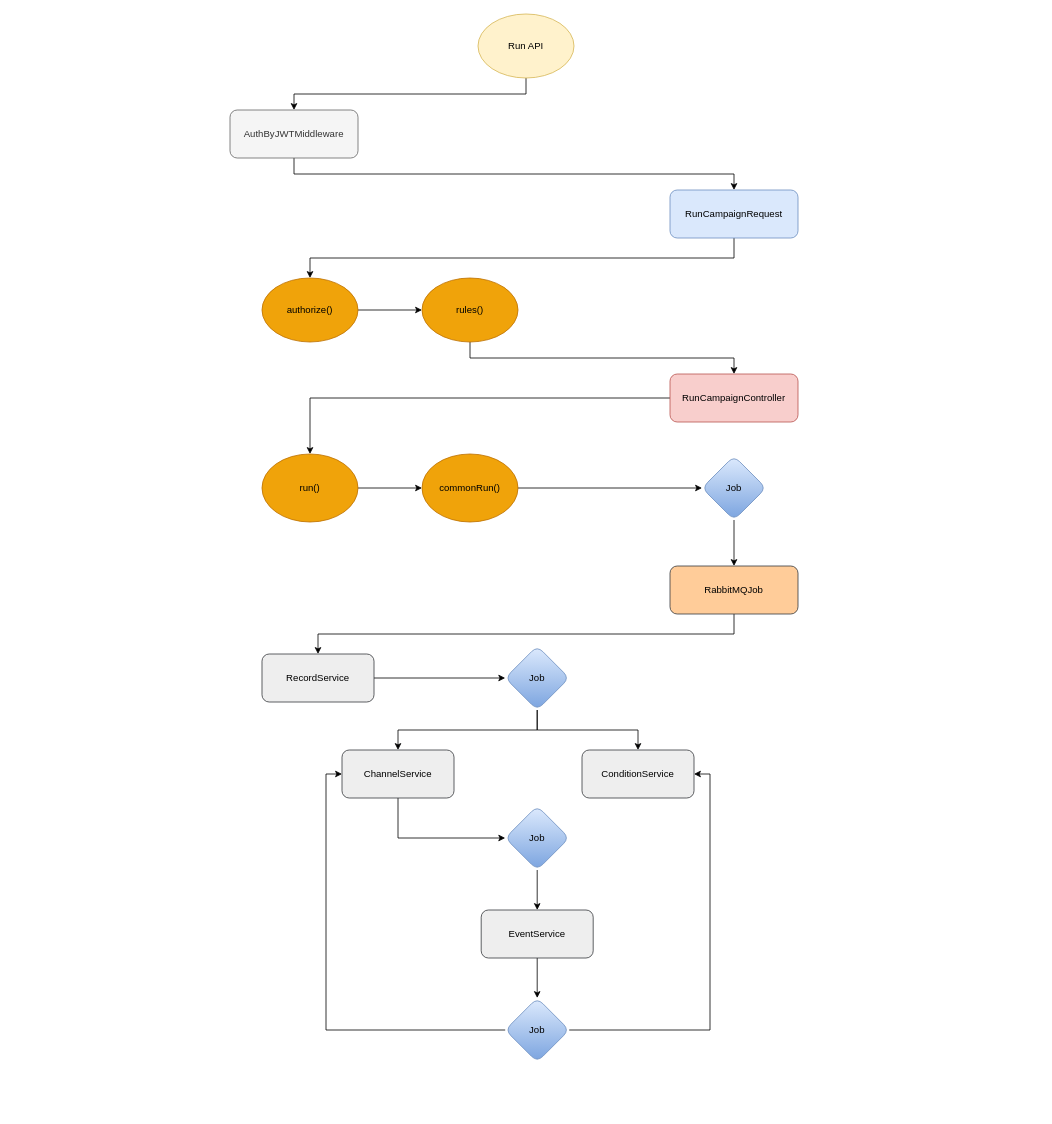
The draw.io diagram Untitled Diagram.drawio in jprasuk112/Diagrams, before the edit. Source tidied: cells renumbered, new cells numbered last; positions are measured from the earlier drawing's top-left corner, leaving out a move shared by most shapes. Both pictures are drawn from the tidied source at 80%, with x=0, y=0 at pixel (230, 14).
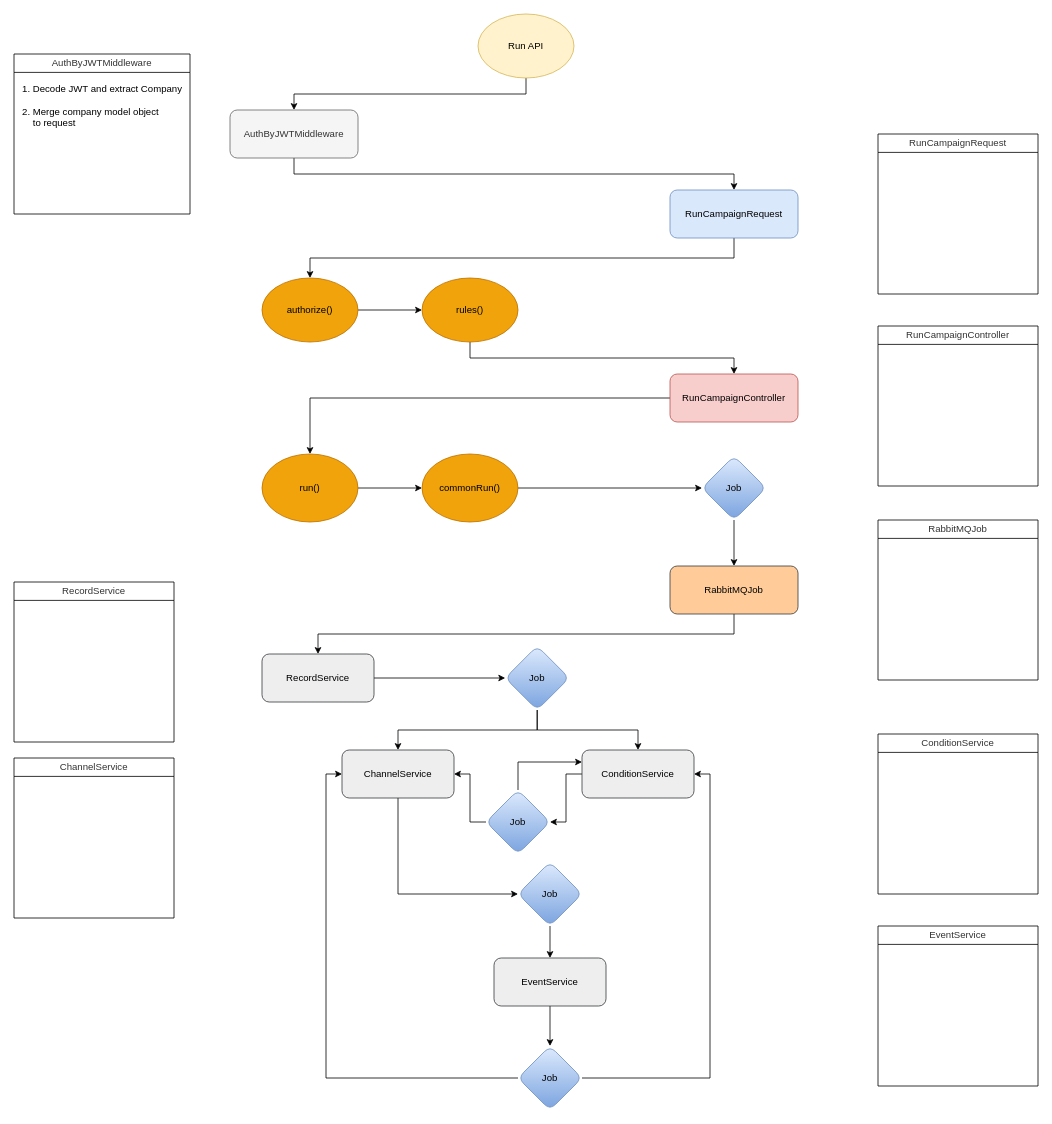
After the change.

Unchanged cells that the change refers to:
```xml
<mxCell id="28" value="ChannelService" style="rounded=1;whiteSpace=wrap;html=1;fillColor=#eeeeee;strokeColor=#36393d;" parent="1" vertex="1">
  <mxGeometry x="140" y="920" width="140" height="60" as="geometry" />
</mxCell>
<mxCell id="29" value="ConditionService" style="rounded=1;whiteSpace=wrap;html=1;fillColor=#eeeeee;strokeColor=#36393d;" parent="1" vertex="1">
  <mxGeometry x="440" y="920" width="140" height="60" as="geometry" />
</mxCell>
```

Change to the diagram source:
```diff
@@
+    <mxCell id="37" style="edgeStyle=orthogonalEdgeStyle;rounded=0;jettySize=auto;html=1;exitX=0;exitY=0.5;exitDx=0;exitDy=0;entryX=1;entryY=0.5;entryDx=0;entryDy=0;" parent="1" edge="1" source="29" target="40">
+      <mxGeometry relative="1" as="geometry" />
+    </mxCell>
@@
     <mxCell id="31" value="EventService" style="rounded=1;whiteSpace=wrap;html=1;fillColor=#eeeeee;strokeColor=#36393d;" parent="1" vertex="1">
-      <mxGeometry x="314" y="1120" width="140" height="60" as="geometry" />
+      <mxGeometry x="330" y="1180" width="140" height="60" as="geometry" />
     </mxCell>
@@
     <mxCell id="33" value="Job" style="rhombus;whiteSpace=wrap;html=1;rounded=1;fillColor=#dae8fc;strokeColor=#6c8ebf;gradientColor=#7ea6e0;" parent="1" vertex="1">
-      <mxGeometry x="344" y="990" width="80" height="80" as="geometry" />
+      <mxGeometry x="360" y="1060" width="80" height="80" as="geometry" />
     </mxCell>
@@
     <mxCell id="36" value="Job" style="rhombus;whiteSpace=wrap;html=1;rounded=1;fillColor=#dae8fc;strokeColor=#6c8ebf;gradientColor=#7ea6e0;" parent="1" vertex="1">
-      <mxGeometry x="344" y="1230" width="80" height="80" as="geometry" />
+      <mxGeometry x="360" y="1290" width="80" height="80" as="geometry" />
     </mxCell>
+    <mxCell id="38" style="edgeStyle=orthogonalEdgeStyle;rounded=0;jettySize=auto;html=1;exitX=0;exitY=0.5;exitDx=0;exitDy=0;entryX=1;entryY=0.5;entryDx=0;entryDy=0;" parent="1" edge="1" source="40" target="28">
+      <mxGeometry relative="1" as="geometry" />
+    </mxCell>
+    <mxCell id="39" style="edgeStyle=orthogonalEdgeStyle;rounded=0;jettySize=auto;html=1;exitX=0.5;exitY=0;exitDx=0;exitDy=0;entryX=0;entryY=0.25;entryDx=0;entryDy=0;" parent="1" edge="1" source="40" target="29">
+      <mxGeometry relative="1" as="geometry" />
+    </mxCell>
+    <mxCell id="40" value="Job" style="rhombus;whiteSpace=wrap;html=1;rounded=1;fillColor=#dae8fc;strokeColor=#6c8ebf;gradientColor=#7ea6e0;" parent="1" vertex="1">
+      <mxGeometry x="320" y="970" width="80" height="80" as="geometry" />
+    </mxCell>
+    <mxCell id="41" value="&lt;span style=&quot;color: rgb(51, 51, 51); font-weight: 400;&quot;&gt;AuthByJWTMiddleware&lt;/span&gt;" style="swimlane;whiteSpace=wrap;html=1;startSize=23;" parent="1" vertex="1">
+      <mxGeometry x="-270" y="50" width="220" height="200" as="geometry" />
+    </mxCell>
+    <mxCell id="42" value="1. Decode JWT and extract Company&lt;br&gt;&lt;br&gt;&lt;div style=&quot;text-align: left;&quot;&gt;&lt;span style=&quot;background-color: initial;&quot;&gt;2. Merge company model object&lt;/span&gt;&lt;/div&gt;&lt;div style=&quot;text-align: left;&quot;&gt;&lt;span style=&quot;background-color: initial;&quot;&gt;&amp;nbsp; &amp;nbsp; to request&lt;/span&gt;&lt;/div&gt;" style="text;html=1;align=center;verticalAlign=middle;strokeColor=none;fillColor=none;" parent="41" vertex="1">
+      <mxGeometry y="30" width="220" height="70" as="geometry" />
+    </mxCell>
+    <mxCell id="43" value="&lt;span style=&quot;color: rgb(51, 51, 51); font-weight: 400;&quot;&gt;RunCampaignRequest&lt;/span&gt;" style="swimlane;whiteSpace=wrap;html=1;startSize=23;" parent="1" vertex="1">
+      <mxGeometry x="810" y="150" width="200" height="200" as="geometry" />
+    </mxCell>
+    <mxCell id="44" value="&lt;span style=&quot;color: rgb(51, 51, 51); font-weight: 400;&quot;&gt;RunCampaignController&lt;/span&gt;" style="swimlane;whiteSpace=wrap;html=1;startSize=23;" parent="1" vertex="1">
+      <mxGeometry x="810" y="390" width="200" height="200" as="geometry" />
+    </mxCell>
+    <mxCell id="45" value="&lt;span style=&quot;color: rgb(51, 51, 51); font-weight: 400;&quot;&gt;RabbitMQJob&lt;br&gt;&lt;/span&gt;" style="swimlane;whiteSpace=wrap;html=1;startSize=23;" parent="1" vertex="1">
+      <mxGeometry x="810" y="632.5" width="200" height="200" as="geometry" />
+    </mxCell>
+    <mxCell id="46" value="&lt;span style=&quot;color: rgb(51, 51, 51); font-weight: 400;&quot;&gt;RecordService&lt;br&gt;&lt;/span&gt;" style="swimlane;whiteSpace=wrap;html=1;startSize=23;" parent="1" vertex="1">
+      <mxGeometry x="-270" y="710" width="200" height="200" as="geometry" />
+    </mxCell>
+    <mxCell id="47" value="&lt;span style=&quot;color: rgb(51, 51, 51); font-weight: 400;&quot;&gt;ChannelService&lt;/span&gt;" style="swimlane;whiteSpace=wrap;html=1;startSize=23;" parent="1" vertex="1">
+      <mxGeometry x="-270" y="930" width="200" height="200" as="geometry" />
+    </mxCell>
+    <mxCell id="48" value="&lt;span style=&quot;color: rgb(51, 51, 51); font-weight: 400;&quot;&gt;ConditionService&lt;/span&gt;" style="swimlane;whiteSpace=wrap;html=1;startSize=23;" parent="1" vertex="1">
+      <mxGeometry x="810" y="900" width="200" height="200" as="geometry" />
+    </mxCell>
+    <mxCell id="49" value="&lt;span style=&quot;color: rgb(51, 51, 51); font-weight: 400;&quot;&gt;EventService&lt;/span&gt;" style="swimlane;whiteSpace=wrap;html=1;startSize=23;" parent="1" vertex="1">
+      <mxGeometry x="810" y="1140" width="200" height="200" as="geometry" />
+    </mxCell>
```
